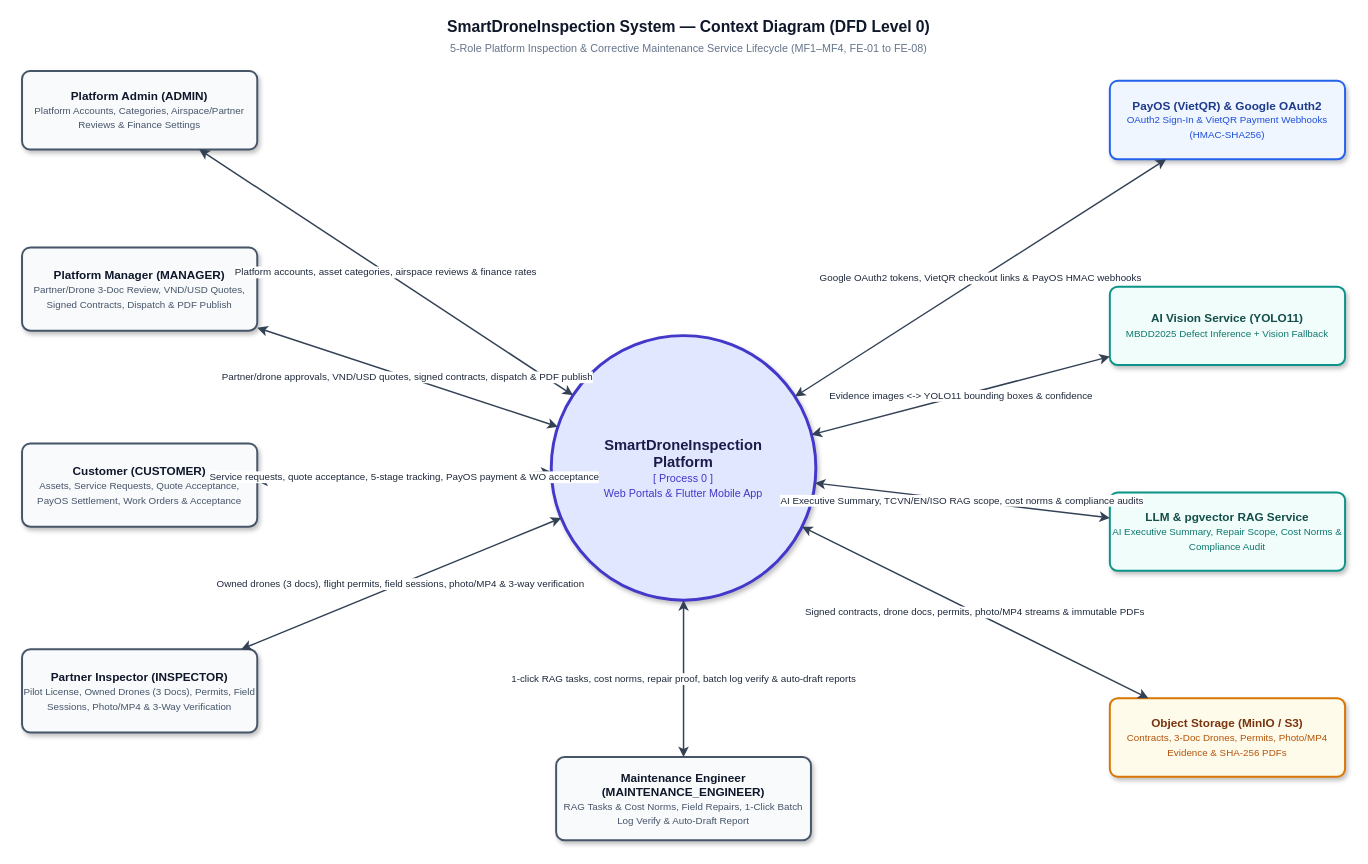
The draw.io diagram reports/report-3-software-requirement-specification/assets/system-context-diagram.drawio in tungbach12/SmartDroneInspection-Docs, before the edit. Source tidied: cells renumbered, new cells numbered last; positions are measured from the earlier drawing's top-left corner, leaving out a move shared by most shapes. Both pictures are drawn from the tidied source at 98%, with x=0, y=0 at pixel (22, 17).
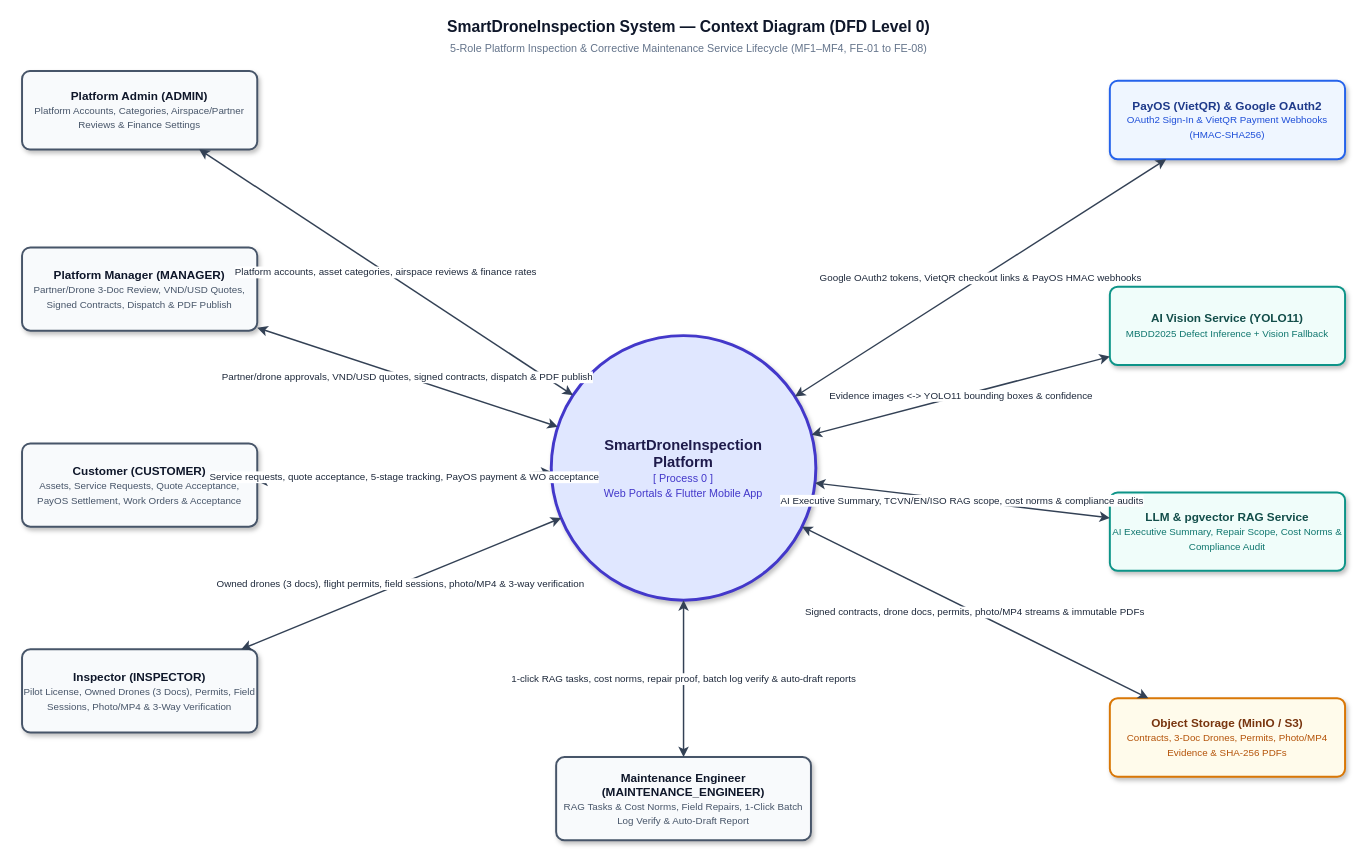
The same diagram, later.

Diff of the diagram source:
```diff
@@
-    <mxCell id="7" value="&lt;b&gt;Partner Inspector (INSPECTOR)&lt;/b&gt;&lt;br&gt;&lt;span style=&quot;font-size: 10px; color: #475569;&quot;&gt;Pilot License, Owned Drones (3 Docs), Permits, Field Sessions, Photo/MP4 &amp;amp; 3-Way Verification&lt;/span&gt;" style="rounded=1;whiteSpace=wrap;html=1;fillColor=#f8fafc;strokeColor=#475569;strokeWidth=2;fontColor=#0f172a;arcSize=10;shadow=1;align=center;" parent="1" vertex="1">
+    <mxCell id="7" value="&lt;b&gt;Inspector (INSPECTOR)&lt;/b&gt;&lt;br&gt;&lt;span style=&quot;font-size: 10px; color: #475569;&quot;&gt;Pilot License, Owned Drones (3 Docs), Permits, Field Sessions, Photo/MP4 &amp;amp; 3-Way Verification&lt;/span&gt;" style="rounded=1;whiteSpace=wrap;html=1;fillColor=#f8fafc;strokeColor=#475569;strokeWidth=2;fontColor=#0f172a;arcSize=10;shadow=1;align=center;" parent="1" vertex="1">
       <mxGeometry y="645" width="240" height="85" as="geometry" />
     </mxCell>
```
